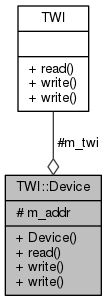
Before: Arduino-TWI/d6/d2a/classTWI_1_1Device__coll__graph.png, a diagram exported from Graphviz (mikaelpatel/mikaelpatel.github.io). Its source is kept beside it as Arduino-TWI/d6/d2a/classTWI_1_1Device__coll__graph.dot.
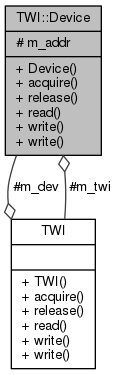
Later version of the same file.

Change to the diagram source:
```diff
@@ -2,7 +2,8 @@
 {
   edge [fontname="Helvetica",fontsize="10",labelfontname="Helvetica",labelfontsize="10"];
   node [fontname="Helvetica",fontsize="10",shape=record];
-  Node1 [label="{TWI::Device\n|# m_addr\l|+ Device()\l+ read()\l+ write()\l+ write()\l}",height=0.2,width=0.4,color="black", fillcolor="grey75", style="filled", fontcolor="black"];
+  Node1 [label="{TWI::Device\n|# m_addr\l|+ Device()\l+ acquire()\l+ release()\l+ read()\l+ write()\l+ write()\l}",height=0.2,width=0.4,color="black", fillcolor="grey75", style="filled", fontcolor="black"];
   Node2 -> Node1 [color="grey25",fontsize="10",style="solid",label=" #m_twi" ,arrowhead="odiamond",fontname="Helvetica"];
-  Node2 [label="{TWI\n||+ read()\l+ write()\l+ write()\l}",height=0.2,width=0.4,color="black", fillcolor="white", style="filled",URL="$d1/deb/classTWI.html"];
+  Node2 [label="{TWI\n||+ TWI()\l+ acquire()\l+ release()\l+ read()\l+ write()\l+ write()\l}",height=0.2,width=0.4,color="black", fillcolor="white", style="filled",URL="$d1/deb/classTWI.html"];
+  Node1 -> Node2 [color="grey25",fontsize="10",style="solid",label=" #m_dev" ,arrowhead="odiamond",fontname="Helvetica"];
 }
```
